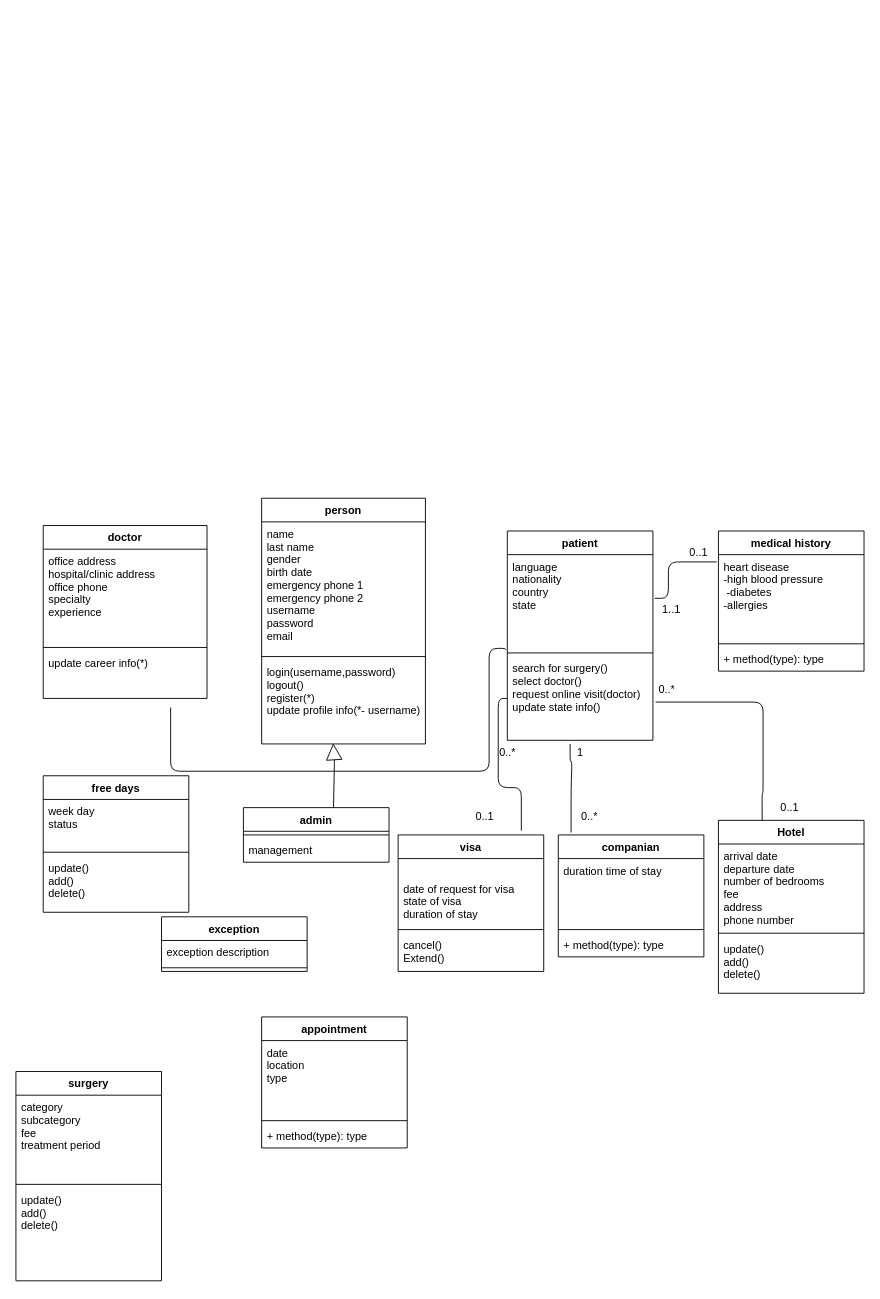
The draw.io diagram phase 2/class digram/class diagram.drawio in NegarES/medical_tourism, before the edit. Source tidied: cells renumbered, new cells numbered last; positions are measured from the earlier drawing's top-left corner, leaving out a move shared by most shapes. Both pictures are drawn from the tidied source at 91%, with x=0, y=0 at pixel (15, 498).
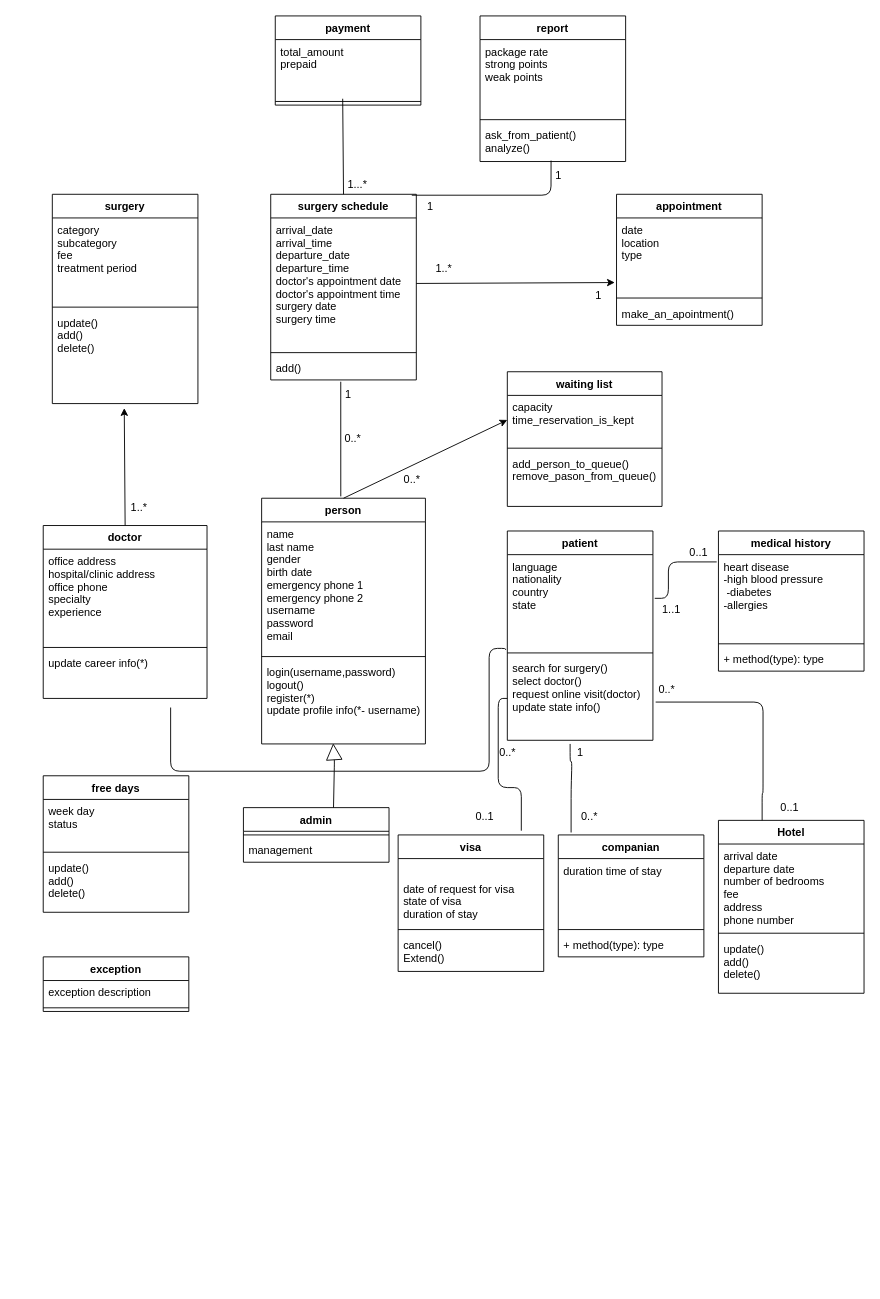
Above is the later version.

Commit message:
report, waiting_list, surgery_schedule added

The change refers to these unchanged cells:
```xml
<mxCell id="2" value="person" style="swimlane;fontStyle=1;align=center;verticalAlign=top;horizontal=1;startSize=26;" parent="1" vertex="1">
  <mxGeometry x="270" width="180" height="270" as="geometry" />
</mxCell>
<mxCell id="10" value="doctor" style="swimlane;fontStyle=1;align=center;verticalAlign=top;horizontal=1;startSize=26;" parent="1" vertex="1">
  <mxGeometry x="30" y="30" width="180" height="190" as="geometry" />
</mxCell>
<mxCell id="24" value="update()&#10;add()&#10;delete()&#10;" style="text;strokeColor=none;fillColor=none;align=left;verticalAlign=top;spacingLeft=4;spacingRight=4;overflow=hidden;points=[[0,0.5],[1,0.5]];portConstraint=eastwest;" parent="21" vertex="1">
  <mxGeometry y="128" width="160" height="102" as="geometry" />
</mxCell>
<mxCell id="29" value="date&#10;location&#10;type" style="text;strokeColor=none;fillColor=none;align=left;verticalAlign=top;spacingLeft=4;spacingRight=4;overflow=hidden;points=[[0,0.5],[1,0.5]];portConstraint=eastwest;" parent="28" vertex="1">
  <mxGeometry y="26" width="160" height="84" as="geometry" />
</mxCell>
```

Diff of the diagram source:
```diff
@@
     <mxCell id="21" value="surgery" style="swimlane;fontStyle=1;align=center;verticalAlign=top;horizontal=1;startSize=26;" parent="1" vertex="1">
-      <mxGeometry y="630" width="160" height="230" as="geometry" />
+      <mxGeometry x="40" y="-334" width="160" height="230" as="geometry" />
     </mxCell>
@@
     <mxCell id="25" value="exception" style="swimlane;fontStyle=1;align=center;verticalAlign=top;horizontal=1;startSize=26;" parent="1" vertex="1">
-      <mxGeometry x="160" y="460" width="160" height="60" as="geometry" />
+      <mxGeometry x="30" y="504" width="160" height="60" as="geometry" />
     </mxCell>
@@
     <mxCell id="28" value="appointment" style="swimlane;fontStyle=1;align=center;verticalAlign=top;horizontal=1;startSize=26;" parent="1" vertex="1">
-      <mxGeometry x="270" y="570" width="160" height="144" as="geometry" />
+      <mxGeometry x="660" y="-334" width="160" height="144" as="geometry" />
     </mxCell>
@@
-    <mxCell id="31" value="+ method(type): type" style="text;strokeColor=none;fillColor=none;align=left;verticalAlign=top;spacingLeft=4;spacingRight=4;overflow=hidden;" parent="28" vertex="1">
+    <mxCell id="31" value="make_an_apointment()" style="text;strokeColor=none;fillColor=none;align=left;verticalAlign=top;spacingLeft=4;spacingRight=4;overflow=hidden;" parent="28" vertex="1">
       <mxGeometry y="118" width="160" height="26" as="geometry" />
     </mxCell>
@@
+    <mxCell id="67" value="surgery schedule" style="swimlane;fontStyle=1;align=center;verticalAlign=top;horizontal=1;startSize=26;" parent="1" vertex="1">
+      <mxGeometry x="280" y="-334" width="160" height="204" as="geometry" />
+    </mxCell>
+    <mxCell id="68" value="arrival_date&#10;arrival_time&#10;departure_date&#10;departure_time&#10;doctor's appointment date&#10;doctor's appointment time&#10;surgery date&#10;surgery time&#10;&#10;" style="text;strokeColor=none;fillColor=none;align=left;verticalAlign=top;spacingLeft=4;spacingRight=4;overflow=hidden;points=[[0,0.5],[1,0.5]];portConstraint=eastwest;" parent="67" vertex="1">
+      <mxGeometry y="26" width="160" height="144" as="geometry" />
+    </mxCell>
+    <mxCell id="69" style="line;strokeWidth=1;fillColor=none;align=left;verticalAlign=middle;spacingTop=-1;spacingLeft=3;spacingRight=3;labelPosition=right;" parent="67" vertex="1">
+      <mxGeometry y="170" width="160" height="8" as="geometry" />
+    </mxCell>
+    <mxCell id="70" value="add()" style="text;strokeColor=none;fillColor=none;align=left;verticalAlign=top;spacingLeft=4;spacingRight=4;overflow=hidden;points=[[0,0.5],[1,0.5]];portConstraint=eastwest;" parent="67" vertex="1">
+      <mxGeometry y="178" width="160" height="26" as="geometry" />
+    </mxCell>
+    <mxCell id="71" value="waiting list" style="swimlane;fontStyle=1;align=center;verticalAlign=top;horizontal=1;startSize=26;" parent="1" vertex="1">
+      <mxGeometry x="540" y="-139" width="170" height="148" as="geometry" />
+    </mxCell>
+    <mxCell id="72" value="capacity&#10;time_reservation_is_kept" style="text;strokeColor=none;fillColor=none;align=left;verticalAlign=top;spacingLeft=4;spacingRight=4;overflow=hidden;points=[[0,0.5],[1,0.5]];portConstraint=eastwest;" parent="71" vertex="1">
+      <mxGeometry y="26" width="170" height="54" as="geometry" />
+    </mxCell>
+    <mxCell id="73" style="line;strokeWidth=1;fillColor=none;align=left;verticalAlign=middle;spacingTop=-1;spacingLeft=3;spacingRight=3;labelPosition=right;" parent="71" vertex="1">
+      <mxGeometry y="80" width="170" height="8" as="geometry" />
+    </mxCell>
+    <mxCell id="74" value="add_person_to_queue()&#10;remove_pason_from_queue()" style="text;strokeColor=none;fillColor=none;align=left;verticalAlign=top;spacingLeft=4;spacingRight=4;overflow=hidden;" parent="71" vertex="1">
+      <mxGeometry y="88" width="170" height="60" as="geometry" />
+    </mxCell>
+    <mxCell id="75" style="endArrow=none;html=1;entryX=0.481;entryY=1.077;entryDx=0;entryDy=0;entryPerimeter=0;" parent="1" edge="1" target="70">
+      <mxGeometry relative="1" as="geometry">
+        <mxPoint x="357" y="-2" as="sourcePoint" />
+      </mxGeometry>
+    </mxCell>
+    <mxCell id="76" value="0..*" style="text;html=1;align=center;verticalAlign=middle;" parent="1" vertex="1">
+      <mxGeometry x="355" y="-75" width="30" height="20" as="geometry" />
+    </mxCell>
+    <mxCell id="77" style="endArrow=classic;html=1;exitX=1;exitY=0.5;exitDx=0;exitDy=0;entryX=-0.012;entryY=0.845;entryDx=0;entryDy=0;entryPerimeter=0;" parent="1" edge="1" source="68" target="29">
+      <mxGeometry relative="1" as="geometry" />
+    </mxCell>
+    <mxCell id="78" value="1..*" style="text;html=1;align=center;verticalAlign=middle;" parent="1" vertex="1">
+      <mxGeometry x="455" y="-262" width="30" height="20" as="geometry" />
+    </mxCell>
+    <mxCell id="79" value="1" style="text;html=1;align=center;verticalAlign=middle;" parent="1" vertex="1">
+      <mxGeometry x="630" y="-232" width="20" height="20" as="geometry" />
+    </mxCell>
+    <mxCell id="80" style="endArrow=classic;html=1;exitX=0.5;exitY=0;exitDx=0;exitDy=0;entryX=0;entryY=0.5;entryDx=0;entryDy=0;" parent="1" edge="1" source="2" target="72">
+      <mxGeometry relative="1" as="geometry" />
+    </mxCell>
+    <mxCell id="81" value="0..*" style="text;html=1;align=center;verticalAlign=middle;" parent="1" vertex="1">
+      <mxGeometry x="420" y="-30" width="30" height="20" as="geometry" />
+    </mxCell>
+    <mxCell id="82" style="endArrow=classic;html=1;exitX=0.5;exitY=0;exitDx=0;exitDy=0;entryX=0.494;entryY=1.049;entryDx=0;entryDy=0;entryPerimeter=0;" parent="1" edge="1" source="10" target="24">
+      <mxGeometry relative="1" as="geometry" />
+    </mxCell>
+    <mxCell id="83" value="1..*" style="text;html=1;align=center;verticalAlign=middle;" parent="1" vertex="1">
+      <mxGeometry x="120" width="30" height="20" as="geometry" />
+    </mxCell>
+    <mxCell id="84" value="payment" style="swimlane;fontStyle=1;align=center;verticalAlign=top;horizontal=1;startSize=26;" parent="1" vertex="1">
+      <mxGeometry x="285" y="-530" width="160" height="98" as="geometry" />
+    </mxCell>
+    <mxCell id="85" value="total_amount&#10;prepaid" style="text;strokeColor=none;fillColor=none;align=left;verticalAlign=top;spacingLeft=4;spacingRight=4;overflow=hidden;" parent="84" vertex="1">
+      <mxGeometry y="26" width="160" height="64" as="geometry" />
+    </mxCell>
+    <mxCell id="86" style="line;strokeWidth=1;fillColor=none;align=left;verticalAlign=middle;spacingTop=-1;spacingLeft=3;spacingRight=3;labelPosition=right;points=[];portConstraint=eastwest;" parent="84" vertex="1">
+      <mxGeometry y="90" width="160" height="8" as="geometry" />
+    </mxCell>
+    <mxCell id="87" style="endArrow=none;html=1;exitX=0.5;exitY=0;exitDx=0;exitDy=0;entryX=0.463;entryY=0.125;entryDx=0;entryDy=0;entryPerimeter=0;" parent="1" edge="1" source="67" target="86">
+      <mxGeometry relative="1" as="geometry" />
+    </mxCell>
+    <mxCell id="88" value="1...*" style="text;html=1;align=center;verticalAlign=middle;" parent="1" vertex="1">
+      <mxGeometry x="355" y="-354" width="40" height="20" as="geometry" />
+    </mxCell>
+    <mxCell id="89" value="report" style="swimlane;fontStyle=1;align=center;verticalAlign=top;horizontal=1;startSize=26;" parent="1" vertex="1">
+      <mxGeometry x="510" y="-530" width="160" height="160" as="geometry" />
+    </mxCell>
+    <mxCell id="90" value="package rate&#10;strong points&#10;weak points" style="text;strokeColor=none;fillColor=none;align=left;verticalAlign=top;spacingLeft=4;spacingRight=4;overflow=hidden;" parent="89" vertex="1">
+      <mxGeometry y="26" width="160" height="84" as="geometry" />
+    </mxCell>
+    <mxCell id="91" style="line;strokeWidth=1;fillColor=none;align=left;verticalAlign=middle;spacingTop=-1;spacingLeft=3;spacingRight=3;labelPosition=right;" parent="89" vertex="1">
+      <mxGeometry y="110" width="160" height="8" as="geometry" />
+    </mxCell>
+    <mxCell id="92" value="ask_from_patient()&#10;analyze()" style="text;strokeColor=none;fillColor=none;align=left;verticalAlign=top;spacingLeft=4;spacingRight=4;overflow=hidden;points=[[0,0.5],[1,0.5]];portConstraint=eastwest;" parent="89" vertex="1">
+      <mxGeometry y="118" width="160" height="42" as="geometry" />
+    </mxCell>
+    <mxCell id="93" style="endArrow=none;html=1;exitX=0.969;exitY=0.005;exitDx=0;exitDy=0;exitPerimeter=0;entryX=0.488;entryY=0.976;entryDx=0;entryDy=0;entryPerimeter=0;" parent="1" edge="1" source="67" target="92">
+      <mxGeometry relative="1" as="geometry">
+        <Array as="points">
+          <mxPoint x="588" y="-333" />
+        </Array>
+      </mxGeometry>
+    </mxCell>
+    <mxCell id="94" value="1" style="text;html=1;align=center;verticalAlign=middle;" parent="1" vertex="1">
+      <mxGeometry x="445" y="-330" width="20" height="20" as="geometry" />
+    </mxCell>
+    <mxCell id="95" value="1" style="text;html=1;align=center;verticalAlign=middle;" parent="1" vertex="1">
+      <mxGeometry x="586" y="-364" width="20" height="20" as="geometry" />
+    </mxCell>
+    <mxCell id="96" value="1" style="text;html=1;align=center;verticalAlign=middle;" parent="1" vertex="1">
+      <mxGeometry x="355" y="-124" width="20" height="20" as="geometry" />
+    </mxCell>
```
